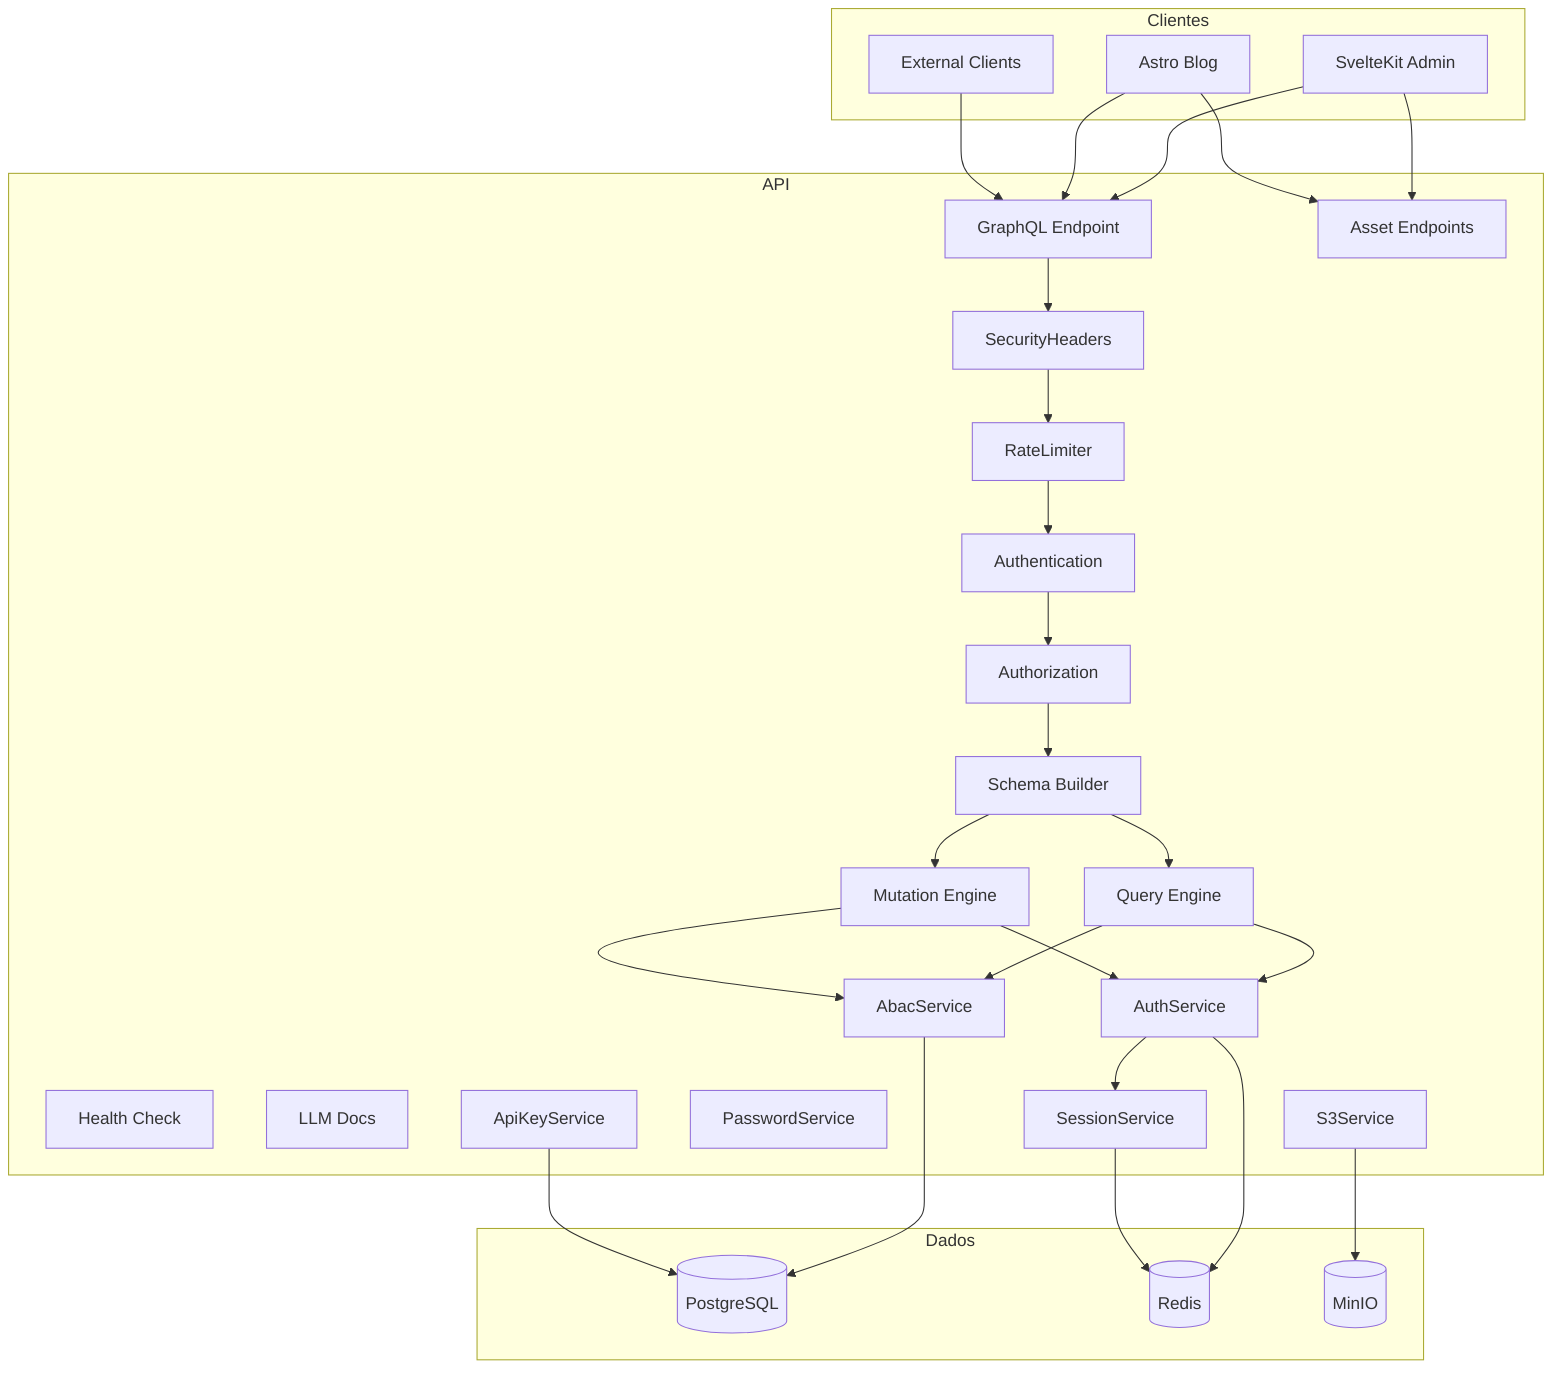
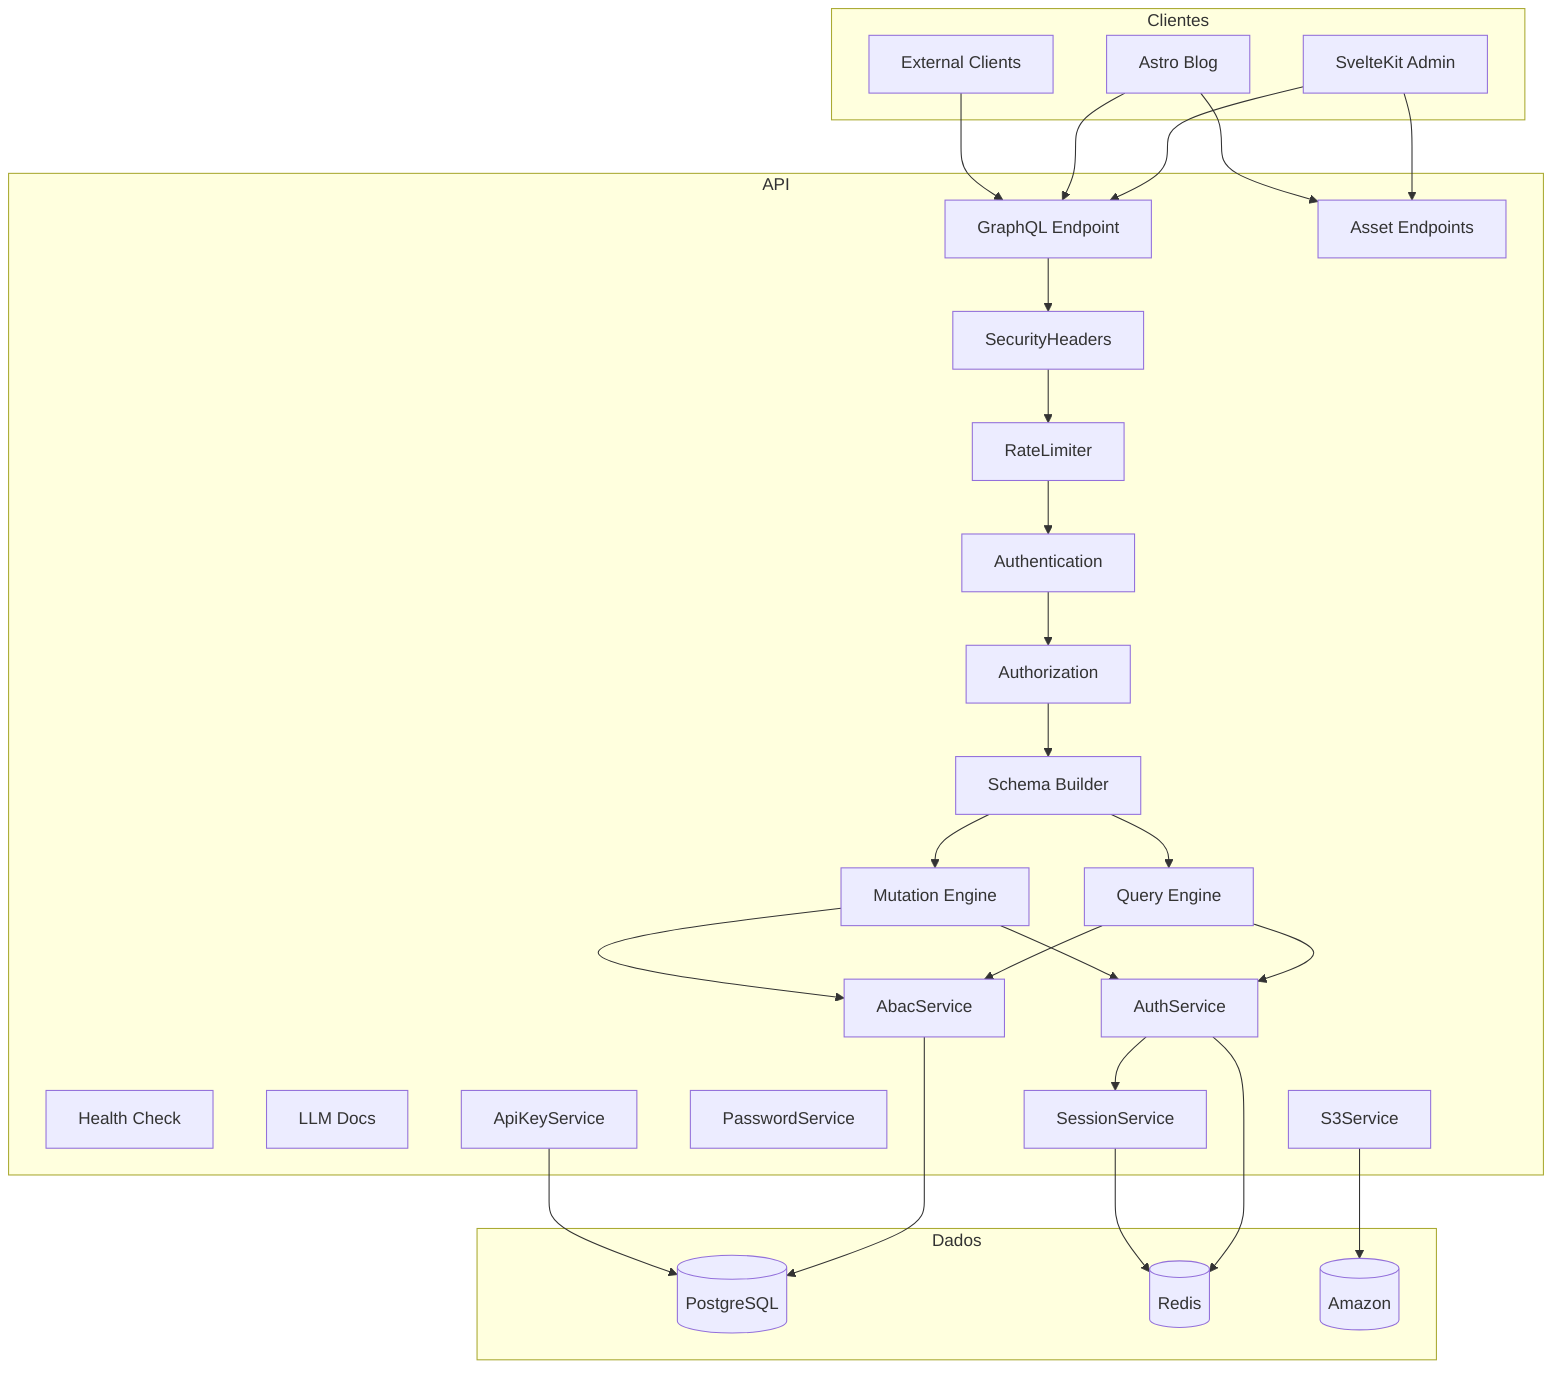

flowchart TB
    subgraph Clientes
        SK[SvelteKit Admin]
        AB[Astro Blog]
        EC[External Clients]
    end

    subgraph API
        GQL[GraphQL Endpoint]
        AST[Asset Endpoints]
        HC[Health Check]
        LLM[LLM Docs]

        SH[SecurityHeaders]
        RL[RateLimiter]
        AU[Authentication]
        AZ[Authorization]

        SB[Schema Builder]
        QE[Query Engine]
        ME[Mutation Engine]

        ABAC[AbacService]
        AUTH[AuthService]
        SESS[SessionService]
        PWD[PasswordService]
        KEY[ApiKeyService]
        OBJ[S3Service]
    end

    subgraph Dados
        PG[(PostgreSQL)]
        RD[(Redis)]
-         S3[(MinIO)]
+         S3[(Amazon)]
    end

    SK --> GQL
    AB --> GQL
    EC --> GQL
    SK --> AST
    AB --> AST

    GQL --> SH
    SH --> RL
    RL --> AU
    AU --> AZ
    AZ --> SB
    SB --> QE
    SB --> ME
    QE --> ABAC
    ME --> ABAC
    QE --> AUTH
    ME --> AUTH
    AUTH --> SESS
    ABAC --> PG
    AUTH --> RD
    SESS --> RD
    KEY --> PG
    OBJ --> S3